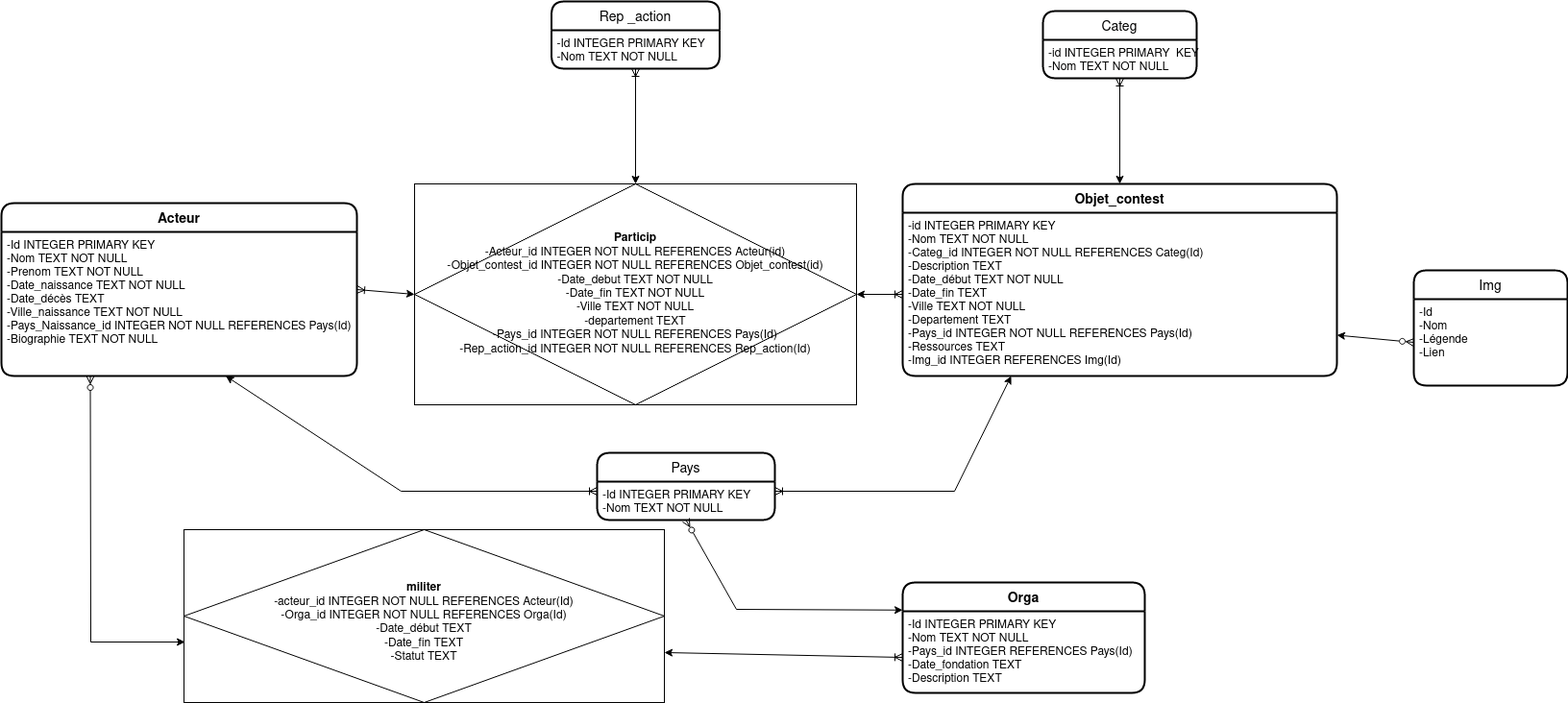
The draw.io diagram modélisation/logic model.png in rayondemiel/GreenPy, before a commit. Source tidied: cells renumbered, new cells last; positions are measured from the earlier drawing's top-left corner, leaving out a move shared by most shapes.
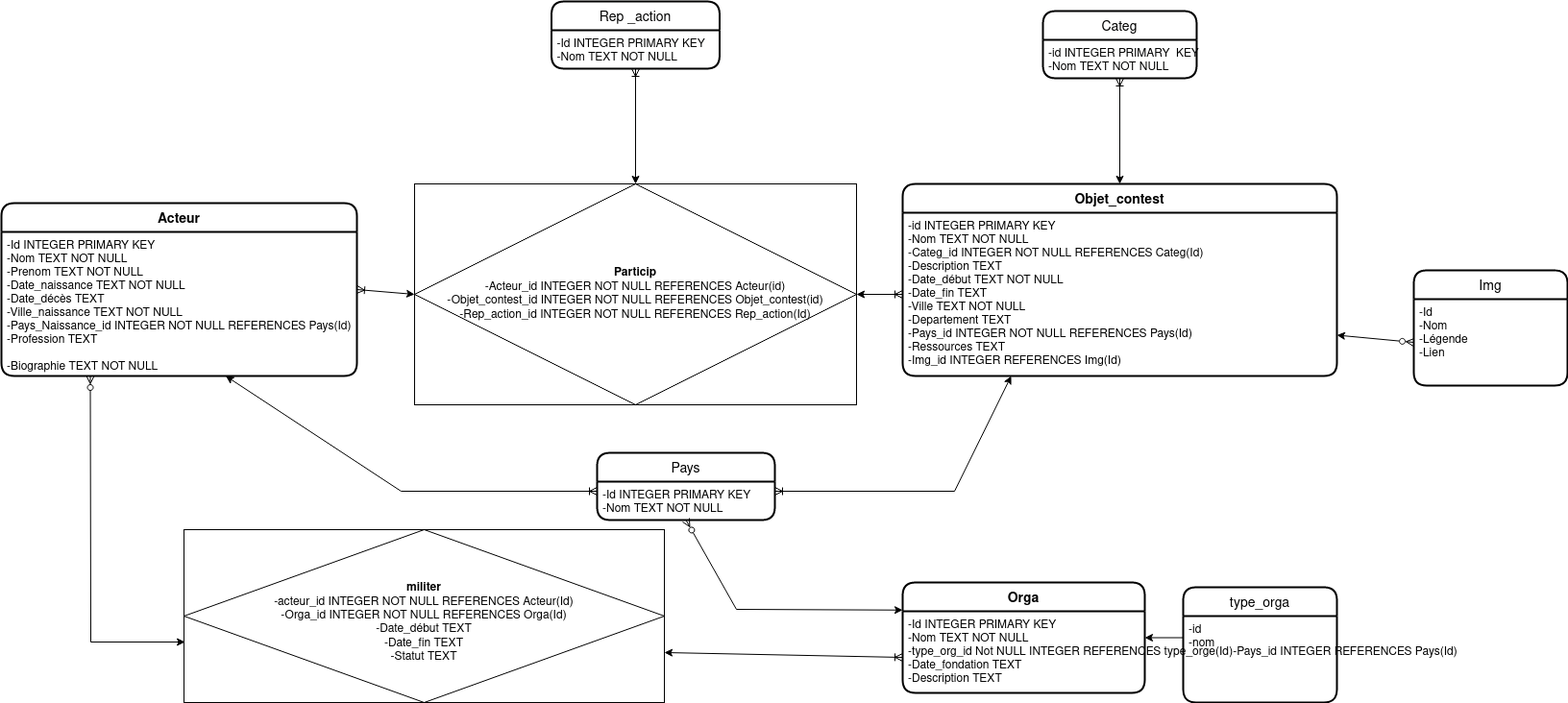
After the commit.

Change to the diagram source:
```diff
@@ -5,13 +5,13 @@
     <mxCell id="2" value="Acteur" style="swimlane;horizontal=1;startSize=30;rounded=1;fontSize=14;fontStyle=1;strokeWidth=2;shadow=0;dashed=0;align=center;" parent="1" vertex="1">
       <mxGeometry y="210" width="370" height="180" as="geometry" />
     </mxCell>
-    <mxCell id="3" value="-Id INTEGER PRIMARY KEY&#10;-Nom TEXT NOT NULL&#10;-Prenom TEXT NOT NULL&#10;-Date_naissance TEXT NOT NULL&#10;-Date_décès TEXT&#10;-Ville_naissance TEXT NOT NULL&#10;-Pays_Naissance_id INTEGER NOT NULL REFERENCES Pays(Id)&#10;-Biographie TEXT NOT NULL" style="align=left;strokeColor=none;fillColor=none;spacingLeft=4;fontSize=12;verticalAlign=top;" parent="2" vertex="1">
+    <mxCell id="3" value="-Id INTEGER PRIMARY KEY&#10;-Nom TEXT NOT NULL&#10;-Prenom TEXT NOT NULL&#10;-Date_naissance TEXT NOT NULL&#10;-Date_décès TEXT&#10;-Ville_naissance TEXT NOT NULL&#10;-Pays_Naissance_id INTEGER NOT NULL REFERENCES Pays(Id)&#10;-Profession TEXT&#10;&#10;-Biographie TEXT NOT NULL" style="align=left;strokeColor=none;fillColor=none;spacingLeft=4;fontSize=12;verticalAlign=top;" parent="2" vertex="1">
       <mxGeometry y="30" width="370" height="150" as="geometry" />
     </mxCell>
     <mxCell id="4" value="Orga" style="swimlane;horizontal=1;startSize=30;rounded=1;fontSize=14;fontStyle=1;strokeWidth=2;shadow=0;dashed=0;align=center;" parent="1" vertex="1">
       <mxGeometry x="938" y="605" width="252" height="115" as="geometry" />
     </mxCell>
-    <mxCell id="5" value="-Id INTEGER PRIMARY KEY&#10;-Nom TEXT NOT NULL&#10;-Pays_id INTEGER REFERENCES Pays(Id)&#10;-Date_fondation TEXT&#10;-Description TEXT" style="align=left;strokeColor=none;fillColor=none;spacingLeft=4;fontSize=12;verticalAlign=top;" parent="4" vertex="1">
+    <mxCell id="5" value="-Id INTEGER PRIMARY KEY&#10;-Nom TEXT NOT NULL&#10;-type_org_id  Not NULL INTEGER REFERENCES type_orge(Id)-Pays_id INTEGER REFERENCES Pays(Id)&#10;-Date_fondation TEXT&#10;-Description TEXT" style="align=left;strokeColor=none;fillColor=none;spacingLeft=4;fontSize=12;verticalAlign=top;" parent="4" vertex="1">
       <mxGeometry y="30" width="252" height="85" as="geometry" />
     </mxCell>
     <mxCell id="6" value="Objet_contest" style="swimlane;horizontal=1;startSize=30;rounded=1;fontSize=14;fontStyle=1;strokeWidth=2;shadow=0;dashed=0;align=center;" parent="1" vertex="1">
@@ -20,7 +20,7 @@
     <mxCell id="7" value="-id INTEGER PRIMARY KEY&#10;-Nom TEXT NOT NULL&#10;-Categ_id INTEGER NOT NULL REFERENCES Categ(Id)&#10;-Description TEXT&#10;-Date_début TEXT NOT NULL&#10;-Date_fin TEXT&#10;-Ville TEXT NOT NULL&#10;-Departement TEXT&#10;-Pays_id INTEGER NOT NULL REFERENCES Pays(Id)&#10;-Ressources TEXT&#10;-Img_id INTEGER REFERENCES Img(Id)&#10;" style="align=left;strokeColor=none;fillColor=none;spacingLeft=4;fontSize=12;verticalAlign=top;" parent="6" vertex="1">
       <mxGeometry y="30" width="452" height="170" as="geometry" />
     </mxCell>
-    <mxCell id="8" value="&lt;div&gt;&lt;b&gt;Particip&lt;/b&gt;&lt;br&gt;&lt;/div&gt;&lt;div&gt;-Acteur_id INTEGER NOT NULL REFERENCES Acteur(id)&lt;br&gt;&lt;/div&gt;&lt;div&gt;-Objet_contest_id INTEGER NOT NULL REFERENCES Objet_contest(id)&lt;br&gt;&lt;/div&gt;&lt;div&gt;-Date_debut TEXT NOT NULL&lt;/div&gt;&lt;div&gt;-Date_fin TEXT NOT NULL&lt;br&gt;&lt;/div&gt;&lt;div&gt;-Ville TEXT NOT NULL&lt;/div&gt;&lt;div&gt;-departement TEXT&lt;/div&gt;&lt;div&gt;-Pays_id  INTEGER NOT NULL REFERENCES Pays(Id)&lt;/div&gt;&lt;div&gt;-Rep_action_id INTEGER NOT NULL REFERENCES Rep_action(Id)&lt;br&gt;&lt;/div&gt;" style="shape=associativeEntity;whiteSpace=wrap;html=1;align=center;" parent="1" vertex="1">
+    <mxCell id="8" value="&lt;div&gt;&lt;b&gt;Particip&lt;/b&gt;&lt;br&gt;&lt;/div&gt;&lt;div&gt;-Acteur_id INTEGER NOT NULL REFERENCES Acteur(id)&lt;br&gt;&lt;/div&gt;&lt;div&gt;-Objet_contest_id INTEGER NOT NULL REFERENCES Objet_contest(id)&lt;/div&gt;&lt;div&gt;-Rep_action_id INTEGER NOT NULL REFERENCES Rep_action(Id)&lt;br&gt;&lt;/div&gt;" style="shape=associativeEntity;whiteSpace=wrap;html=1;align=center;" parent="1" vertex="1">
       <mxGeometry x="430" y="190" width="460" height="230" as="geometry" />
     </mxCell>
     <mxCell id="9" style="endArrow=classic;html=1;rounded=0;endFill=1;startArrow=ERoneToMany;startFill=0;exitX=1;exitY=0.4;exitDx=0;exitDy=0;entryX=0;entryY=0.5;entryDx=0;entryDy=0;exitPerimeter=0;" parent="1" edge="1" source="3" target="8">
@@ -98,5 +98,14 @@
         </Array>
       </mxGeometry>
     </mxCell>
+    <mxCell id="28" value="type_orga" style="swimlane;horizontal=1;startSize=30;rounded=1;fontSize=14;fontStyle=0;strokeWidth=2;shadow=0;dashed=0;align=center;" parent="1" vertex="1">
+      <mxGeometry x="1230" y="610" width="160" height="120" as="geometry" />
+    </mxCell>
+    <mxCell id="29" value="-id&#10;-nom&#10;" style="align=left;strokeColor=none;fillColor=none;spacingLeft=4;fontSize=12;verticalAlign=top;" parent="28" vertex="1">
+      <mxGeometry y="30" width="160" height="90" as="geometry" />
+    </mxCell>
+    <mxCell id="30" style="endArrow=classic;html=1;rounded=0;exitX=0;exitY=0.25;exitDx=0;exitDy=0;entryX=1;entryY=0.5;entryDx=0;entryDy=0;" parent="1" edge="1" source="29" target="4">
+      <mxGeometry relative="1" as="geometry" />
+    </mxCell>
   </root>
 </mxGraphModel>
```
